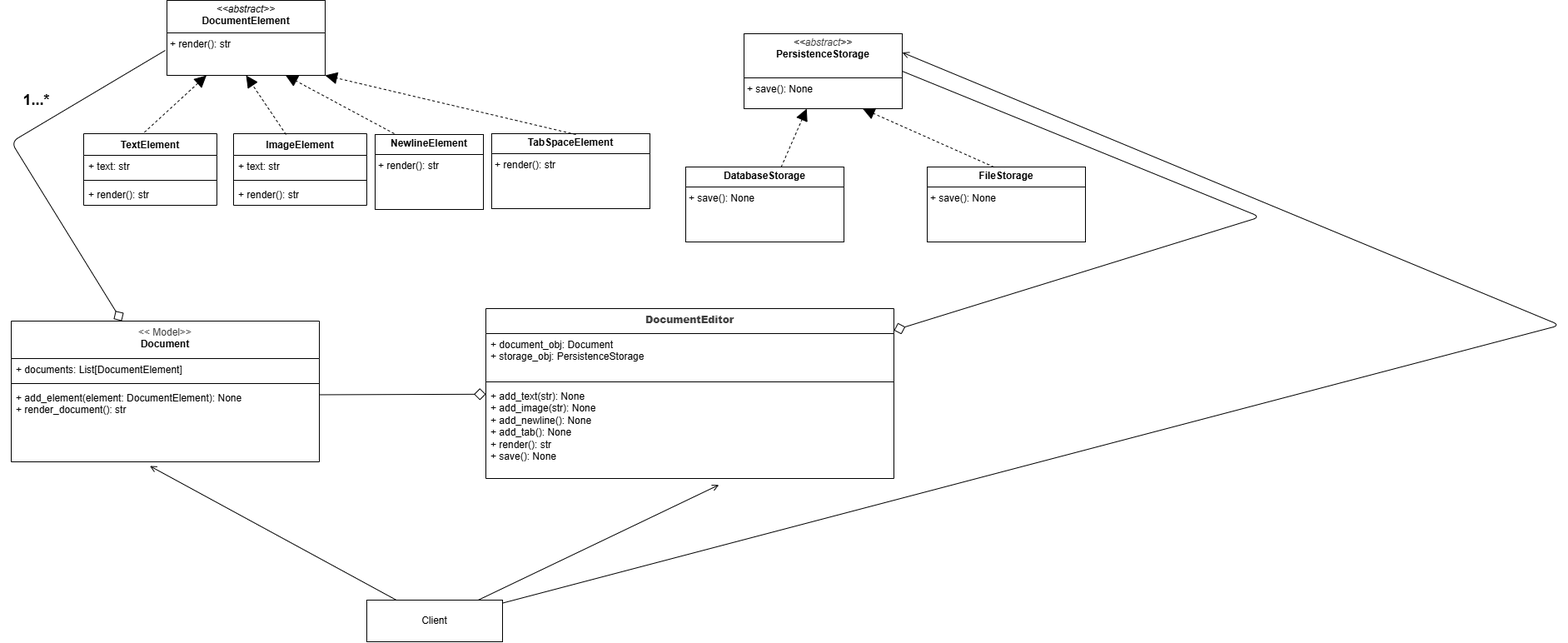
kom3/LLD-Python keeps this draw.io diagram as Design problems/01. Document Editor/UML.drawio.png. Above is the earlier version. Source tidied: cells renumbered, new cells last; positions are measured from the earlier drawing's top-left corner, leaving out a move shared by most shapes.
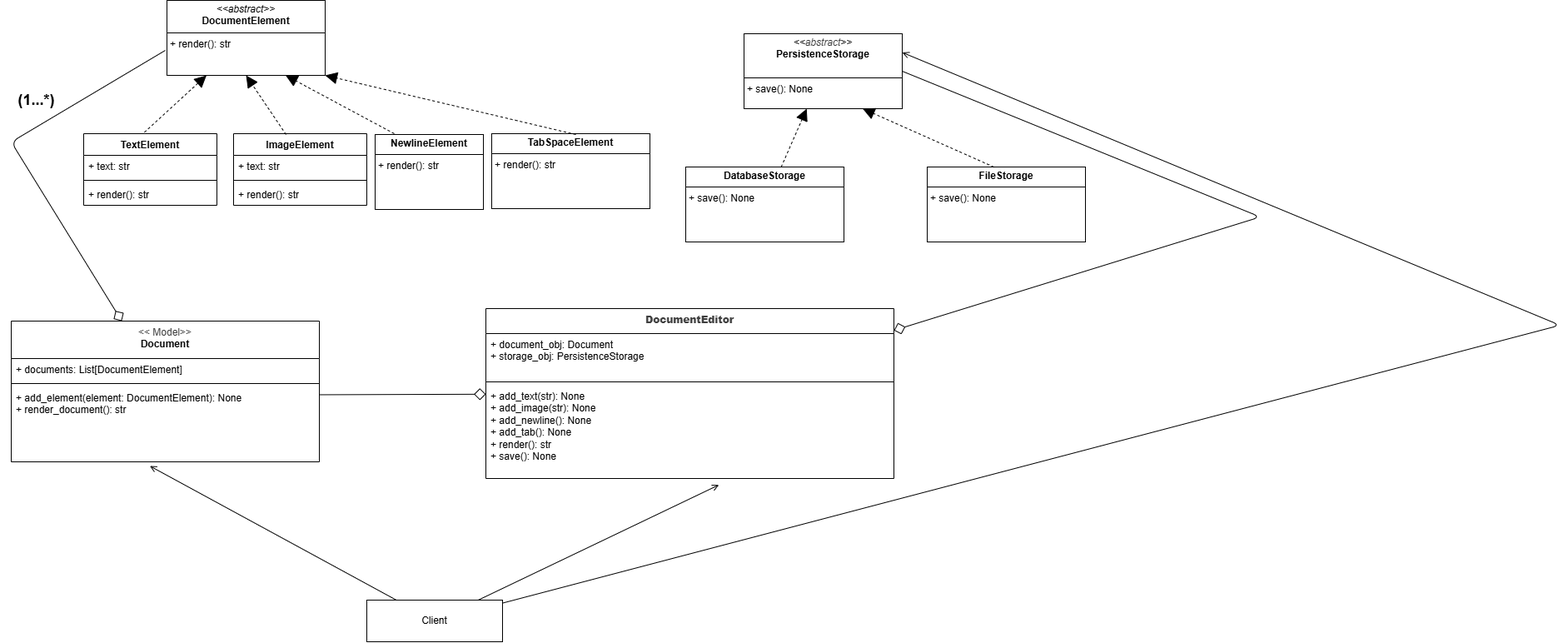
The same diagram one commit later.

What changed in the source:
```diff
@@ -111,8 +111,8 @@
         <mxPoint x="1180" y="200" as="sourcePoint" />
       </mxGeometry>
     </mxCell>
-    <mxCell id="32" value="&lt;b&gt;&lt;font style=&quot;font-size: 18px;&quot;&gt;1...*&lt;/font&gt;&lt;/b&gt;" style="text;html=1;align=center;verticalAlign=middle;strokeColor=none;fillColor=none;" parent="1" vertex="1">
-      <mxGeometry y="100" width="60" height="40" as="geometry" />
+    <mxCell id="32" value="&lt;b&gt;&lt;font style=&quot;font-size: 18px;&quot;&gt;(1...*)&lt;/font&gt;&lt;/b&gt;" style="text;html=1;align=center;verticalAlign=middle;strokeColor=none;fillColor=none;" parent="1" vertex="1">
+      <mxGeometry x="-5" y="100" width="70" height="40" as="geometry" />
     </mxCell>
     <mxCell id="33" style="edgeStyle=none;html=1;entryX=0.999;entryY=0.105;entryDx=0;entryDy=0;entryPerimeter=0;endArrow=none;endFill=0;startArrow=diamond;startFill=0;endSize=9;startSize=12;" parent="1" edge="1" source="10" target="8">
       <mxGeometry relative="1" as="geometry" />
```
